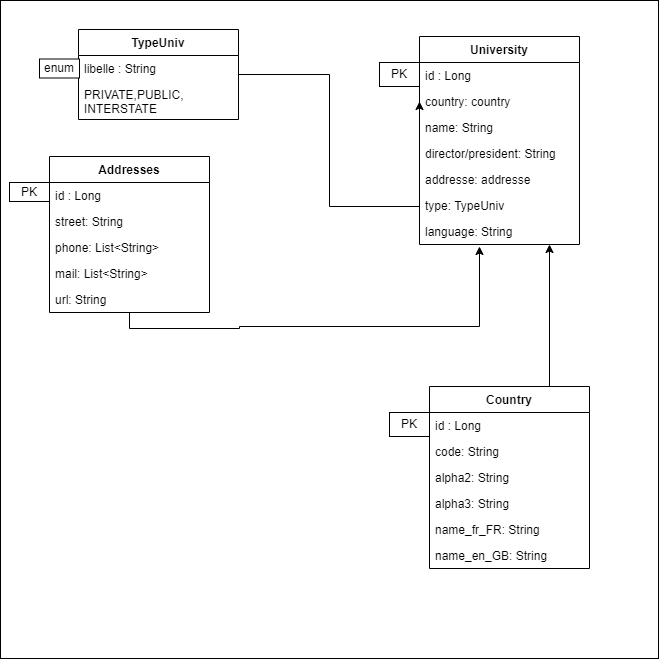
Above: class_universitiesAPI.png in geoffreylgv/30DaysOfLearningChallenge_GDSC (draw.io), before the change. Source tidied: cells renumbered, new cells last; positions are measured from the earlier drawing's top-left corner, leaving out a move shared by most shapes. The source it was exported from:
```xml
<mxGraphModel>
  <root>
    <mxCell id="0" />
    <mxCell id="1" parent="0" />
    <mxCell id="2" style="whiteSpace=wrap;html=1;" parent="1" vertex="1">
      <mxGeometry width="658" height="658" as="geometry" />
    </mxCell>
    <mxCell id="3" style="edgeStyle=orthogonalEdgeStyle;rounded=0;jettySize=auto;html=1;" parent="1" edge="1" source="4">
      <mxGeometry relative="1" as="geometry">
        <mxPoint x="479" y="246" as="targetPoint" />
        <Array as="points">
          <mxPoint x="239" y="328" />
          <mxPoint x="239" y="326" />
          <mxPoint x="479" y="326" />
        </Array>
      </mxGeometry>
    </mxCell>
    <mxCell id="4" value="Addresses" style="swimlane;fontStyle=1;align=center;verticalAlign=top;horizontal=1;startSize=26;rounded=0;shadow=0;strokeWidth=1;" parent="1" vertex="1">
      <mxGeometry x="49" y="156" width="160" height="156" as="geometry" />
    </mxCell>
    <mxCell id="5" value="id : Long" style="text;align=left;verticalAlign=top;spacingLeft=4;spacingRight=4;overflow=hidden;" parent="4" vertex="1">
      <mxGeometry y="26" width="160" height="26" as="geometry" />
    </mxCell>
    <mxCell id="6" value="street: String" style="text;align=left;verticalAlign=top;spacingLeft=4;spacingRight=4;overflow=hidden;rounded=0;shadow=0;html=0;" parent="4" vertex="1">
      <mxGeometry y="52" width="160" height="26" as="geometry" />
    </mxCell>
    <mxCell id="7" value="phone: List&lt;String&gt;" style="text;align=left;verticalAlign=top;spacingLeft=4;spacingRight=4;overflow=hidden;rounded=0;shadow=0;html=0;" parent="4" vertex="1">
      <mxGeometry y="78" width="160" height="26" as="geometry" />
    </mxCell>
    <mxCell id="8" value="mail: List&lt;String&gt;" style="text;align=left;verticalAlign=top;spacingLeft=4;spacingRight=4;overflow=hidden;rounded=0;shadow=0;html=0;" parent="4" vertex="1">
      <mxGeometry y="104" width="160" height="26" as="geometry" />
    </mxCell>
    <mxCell id="9" value="url: String" style="text;align=left;verticalAlign=top;spacingLeft=4;spacingRight=4;overflow=hidden;rounded=0;shadow=0;html=0;" parent="4" vertex="1">
      <mxGeometry y="130" width="160" height="26" as="geometry" />
    </mxCell>
    <mxCell id="10" value="Country" style="swimlane;fontStyle=1;align=center;verticalAlign=top;horizontal=1;startSize=26;rounded=0;shadow=0;strokeWidth=1;" parent="1" vertex="1">
      <mxGeometry x="429" y="386" width="160" height="182" as="geometry" />
    </mxCell>
    <mxCell id="11" value="id : Long" style="text;align=left;verticalAlign=top;spacingLeft=4;spacingRight=4;overflow=hidden;" parent="10" vertex="1">
      <mxGeometry y="26" width="160" height="26" as="geometry" />
    </mxCell>
    <mxCell id="12" value="code: String" style="text;align=left;verticalAlign=top;spacingLeft=4;spacingRight=4;overflow=hidden;" parent="10" vertex="1">
      <mxGeometry y="52" width="160" height="26" as="geometry" />
    </mxCell>
    <mxCell id="13" value="alpha2: String" style="text;align=left;verticalAlign=top;spacingLeft=4;spacingRight=4;overflow=hidden;" parent="10" vertex="1">
      <mxGeometry y="78" width="160" height="26" as="geometry" />
    </mxCell>
    <mxCell id="14" value="alpha3: String" style="text;align=left;verticalAlign=top;spacingLeft=4;spacingRight=4;overflow=hidden;" parent="10" vertex="1">
      <mxGeometry y="104" width="160" height="26" as="geometry" />
    </mxCell>
    <mxCell id="15" value="name_fr_FR: String" style="text;align=left;verticalAlign=top;spacingLeft=4;spacingRight=4;overflow=hidden;" parent="10" vertex="1">
      <mxGeometry y="130" width="160" height="26" as="geometry" />
    </mxCell>
    <mxCell id="16" value="name_en_GB: String" style="text;align=left;verticalAlign=top;spacingLeft=4;spacingRight=4;overflow=hidden;" parent="10" vertex="1">
      <mxGeometry y="156" width="160" height="26" as="geometry" />
    </mxCell>
    <mxCell id="17" value="PK" style="rounded=0;whiteSpace=wrap;html=1;" parent="1" vertex="1">
      <mxGeometry x="9" y="182" width="40" height="19" as="geometry" />
    </mxCell>
    <mxCell id="18" style="edgeStyle=orthogonalEdgeStyle;rounded=0;jettySize=auto;html=1;" parent="1" edge="1" target="27">
      <mxGeometry relative="1" as="geometry">
        <mxPoint x="437" y="386" as="sourcePoint" />
        <Array as="points">
          <mxPoint x="549" y="386" />
        </Array>
      </mxGeometry>
    </mxCell>
    <mxCell id="19" value="PK" style="rounded=0;whiteSpace=wrap;html=1;" parent="1" vertex="1">
      <mxGeometry x="379" y="62" width="40" height="24" as="geometry" />
    </mxCell>
    <mxCell id="20" value="University" style="swimlane;fontStyle=1;align=center;verticalAlign=top;horizontal=1;startSize=26;rounded=0;shadow=0;strokeWidth=1;" parent="1" vertex="1">
      <mxGeometry x="419" y="36" width="160" height="208" as="geometry" />
    </mxCell>
    <mxCell id="21" value="id : Long" style="text;align=left;verticalAlign=top;spacingLeft=4;spacingRight=4;overflow=hidden;" parent="20" vertex="1">
      <mxGeometry y="26" width="160" height="26" as="geometry" />
    </mxCell>
    <mxCell id="22" value="country: country" style="text;align=left;verticalAlign=top;spacingLeft=4;spacingRight=4;overflow=hidden;points=[[0,0.5],[1,0.5]];portConstraint=eastwest;rounded=0;shadow=0;html=0;" parent="20" vertex="1">
      <mxGeometry y="52" width="160" height="26" as="geometry" />
    </mxCell>
    <mxCell id="23" value="name: String" style="text;align=left;verticalAlign=top;spacingLeft=4;spacingRight=4;overflow=hidden;rounded=0;shadow=0;html=0;" parent="20" vertex="1">
      <mxGeometry y="78" width="160" height="26" as="geometry" />
    </mxCell>
    <mxCell id="24" value="director/president: String" style="text;align=left;verticalAlign=top;spacingLeft=4;spacingRight=4;overflow=hidden;rounded=0;shadow=0;html=0;" parent="20" vertex="1">
      <mxGeometry y="104" width="160" height="26" as="geometry" />
    </mxCell>
    <mxCell id="25" value="addresse: addresse" style="text;align=left;verticalAlign=top;spacingLeft=4;spacingRight=4;overflow=hidden;rounded=0;shadow=0;html=0;" parent="20" vertex="1">
      <mxGeometry y="130" width="160" height="26" as="geometry" />
    </mxCell>
    <mxCell id="26" value="type: TypeUniv" style="text;align=left;verticalAlign=top;spacingLeft=4;spacingRight=4;overflow=hidden;rounded=0;shadow=0;html=0;" parent="20" vertex="1">
      <mxGeometry y="156" width="160" height="26" as="geometry" />
    </mxCell>
    <mxCell id="27" value="language: String" style="text;align=left;verticalAlign=top;spacingLeft=4;spacingRight=4;overflow=hidden;points=[[0,0.5],[1,0.5]];portConstraint=eastwest;rounded=0;shadow=0;html=0;" parent="20" vertex="1">
      <mxGeometry y="182" width="160" height="26" as="geometry" />
    </mxCell>
    <mxCell id="28" value="PK" style="rounded=0;whiteSpace=wrap;html=1;" parent="1" vertex="1">
      <mxGeometry x="389" y="412" width="40" height="24" as="geometry" />
    </mxCell>
    <mxCell id="29" style="edgeStyle=orthogonalEdgeStyle;rounded=0;jettySize=auto;html=1;entryX=0;entryY=0.5;entryDx=0;entryDy=0;" parent="1" edge="1" source="30" target="22">
      <mxGeometry relative="1" as="geometry">
        <Array as="points">
          <mxPoint x="329" y="74" />
          <mxPoint x="329" y="206" />
          <mxPoint x="419" y="206" />
        </Array>
      </mxGeometry>
    </mxCell>
    <mxCell id="30" value="TypeUniv" style="swimlane;fontStyle=1;align=center;verticalAlign=top;horizontal=1;startSize=26;rounded=0;shadow=0;strokeWidth=1;" parent="1" vertex="1">
      <mxGeometry x="78" y="29" width="160" height="90" as="geometry" />
    </mxCell>
    <mxCell id="31" value="libelle : String" style="text;align=left;verticalAlign=top;spacingLeft=4;spacingRight=4;overflow=hidden;" parent="30" vertex="1">
      <mxGeometry y="26" width="160" height="26" as="geometry" />
    </mxCell>
    <mxCell id="32" value="PRIVATE,PUBLIC,&#10;INTERSTATE" style="text;align=left;verticalAlign=top;spacingLeft=4;spacingRight=4;overflow=hidden;" parent="30" vertex="1">
      <mxGeometry y="52" width="160" height="38" as="geometry" />
    </mxCell>
    <mxCell id="33" value="enum" style="rounded=0;whiteSpace=wrap;html=1;" parent="1" vertex="1">
      <mxGeometry x="39" y="58.5" width="40" height="19" as="geometry" />
    </mxCell>
  </root>
</mxGraphModel>
```
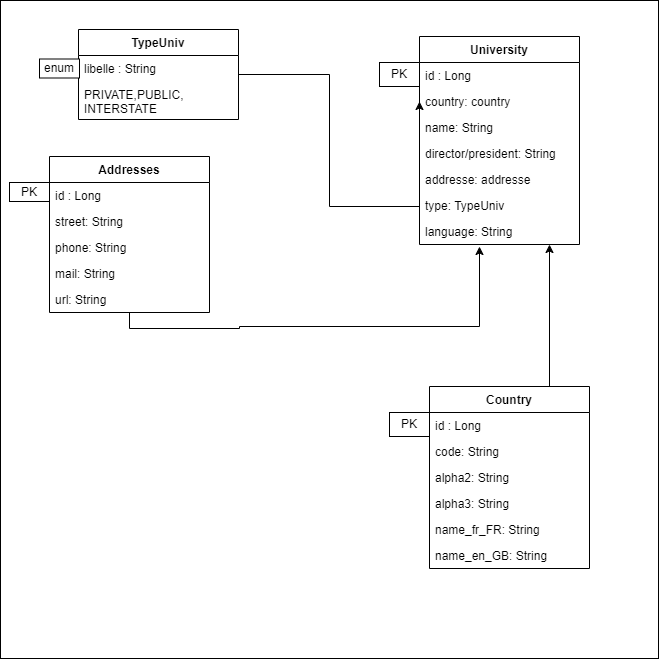
The same diagram one commit later.

What changed in the source:
```diff
@@ -24,10 +24,10 @@
     <mxCell id="6" value="street: String" style="text;align=left;verticalAlign=top;spacingLeft=4;spacingRight=4;overflow=hidden;rounded=0;shadow=0;html=0;" parent="4" vertex="1">
       <mxGeometry y="52" width="160" height="26" as="geometry" />
     </mxCell>
-    <mxCell id="7" value="phone: List&lt;String&gt;" style="text;align=left;verticalAlign=top;spacingLeft=4;spacingRight=4;overflow=hidden;rounded=0;shadow=0;html=0;" parent="4" vertex="1">
+    <mxCell id="7" value="phone: String" style="text;align=left;verticalAlign=top;spacingLeft=4;spacingRight=4;overflow=hidden;rounded=0;shadow=0;html=0;" parent="4" vertex="1">
       <mxGeometry y="78" width="160" height="26" as="geometry" />
     </mxCell>
-    <mxCell id="8" value="mail: List&lt;String&gt;" style="text;align=left;verticalAlign=top;spacingLeft=4;spacingRight=4;overflow=hidden;rounded=0;shadow=0;html=0;" parent="4" vertex="1">
+    <mxCell id="8" value="mail: String" style="text;align=left;verticalAlign=top;spacingLeft=4;spacingRight=4;overflow=hidden;rounded=0;shadow=0;html=0;" parent="4" vertex="1">
       <mxGeometry y="104" width="160" height="26" as="geometry" />
     </mxCell>
     <mxCell id="9" value="url: String" style="text;align=left;verticalAlign=top;spacingLeft=4;spacingRight=4;overflow=hidden;rounded=0;shadow=0;html=0;" parent="4" vertex="1">
```
